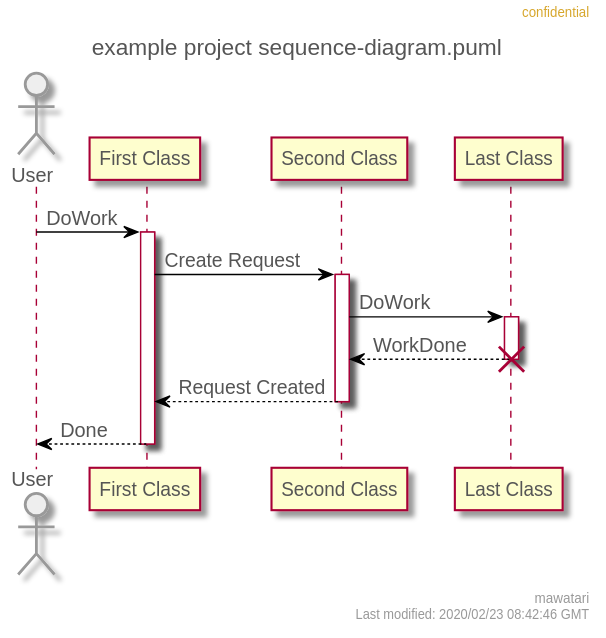
mawatari/example-project-uml keeps this PlantUML diagram as sequence-diagram.svg. Above is the earlier version.
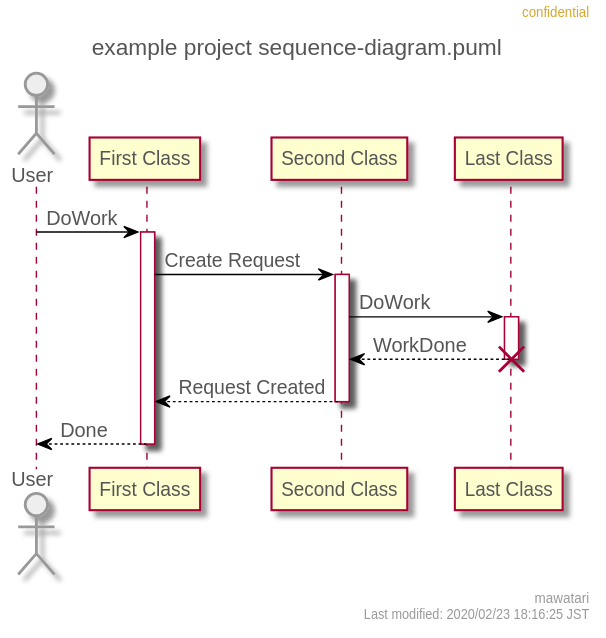
After the commit.

Commit message:
Automatically generated PlantUML images.

Change to the diagram source:
```diff
@@ -43,7 +43,7 @@
   DiamondBorderColor #999999
 }
 right header confidential
-right footer mawatari\nLast modified: 2020/02/23 08:42:46 GMT
+right footer mawatari\nLast modified: 2020/02/23 18:16:25 JST
 title example project sequence-diagram.puml
 
 actor User
@@ -67,4 +67,5 @@
 
 A --> User: Done
 deactivate A
+
 @enduml
```
